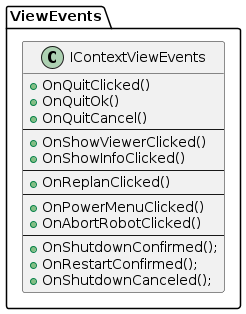
The PlantUML diagram Companies/Ronna/Images/Diagrams/Class_diagrams/rtkcontrol/ViewEvents/IContextViewEvents.png in RobertDeBiro/Cpp_Programs, before a commit.
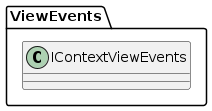
Above is the later version.

What changed in the source:
```diff
@@ -5,21 +5,6 @@
 
 class IContextViewEvents
 {
-    +OnQuitClicked()
-    +OnQuitOk()
-    +OnQuitCancel()
-    ---
-    +OnShowViewerClicked()
-    +OnShowInfoClicked()
-    ---
-    +OnReplanClicked()
-    --
-    +OnPowerMenuClicked()
-    +OnAbortRobotClicked()
-    ---
-    +OnShutdownConfirmed();
-    +OnRestartConfirmed();
-    +OnShutdownCanceled();
 }
 
 }
```
